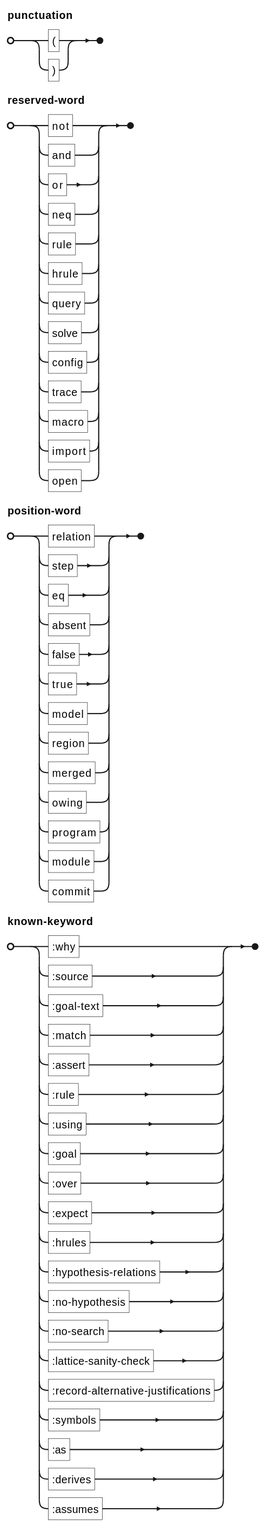
Above: docs/ein/user/04-reference/diagrams/01-grammar-lexical-own-text.svg in agutikov/ein (PlantUML), before the change. Its source is kept beside it as docs/ein/user/04-reference/diagrams/01-grammar-lexical-own-text.puml.
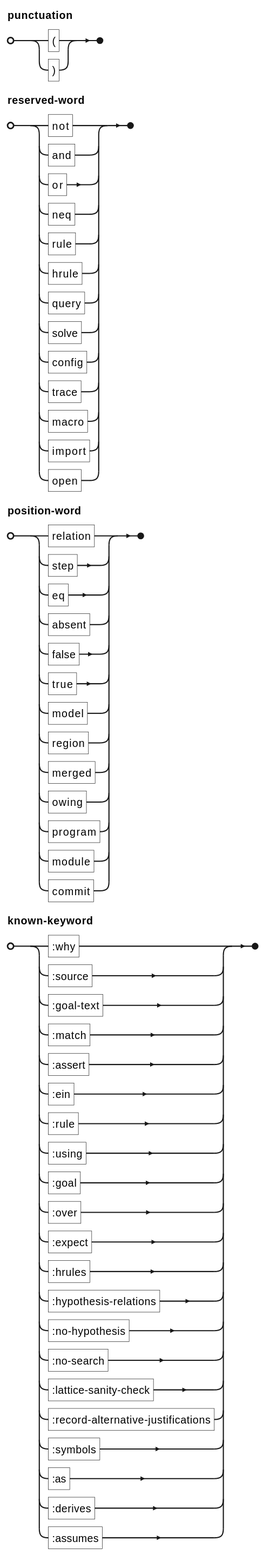
The same file after the commit.

What changed in the source:
```diff
@@ -7,7 +7,7 @@
     "relation" | "step" | "eq" | "absent" | "false" | "true" | "model" | "region" | "merged"
   | "owing" | "program" | "module" | "commit" ;
 known-keyword =
-    ":why" | ":source" | ":goal-text" | ":match" | ":assert" | ":rule" | ":using" | ":goal"
+    ":why" | ":source" | ":goal-text" | ":match" | ":assert" | ":ein" | ":rule" | ":using" | ":goal"
   | ":over" | ":expect" | ":hrules" | ":hypothesis-relations" | ":no-hypothesis" | ":no-search"
   | ":lattice-sanity-check" | ":record-alternative-justifications" | ":symbols" | ":as" | ":derives"
   | ":assumes" ;
```
